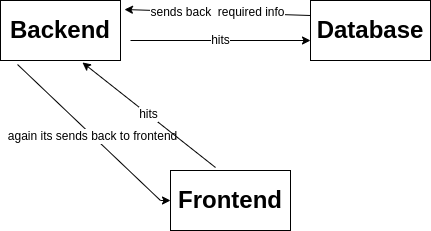
This is architecture.png from priyanka-777/social-media-application, a draw.io export, as it was before one commit. Source tidied: cells renumbered, new cells last; positions are measured from the earlier drawing's top-left corner, leaving out a move shared by most shapes.
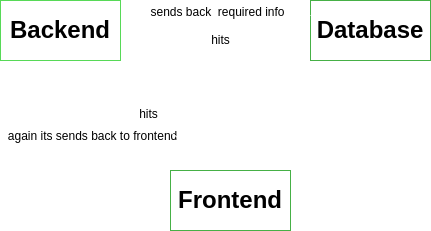
The same file after the commit.

The edit, as a diff of the source:
```diff
@@ -2,32 +2,32 @@
   <root>
     <mxCell id="0" />
     <mxCell id="1" parent="0" />
-    <mxCell id="2" value="&lt;b&gt;&lt;font style=&quot;font-size: 24px;&quot;&gt;Backend&lt;/font&gt;&lt;/b&gt;" style="rounded=0;whiteSpace=wrap;html=1;" parent="1" vertex="1">
+    <mxCell id="2" value="&lt;b&gt;&lt;font style=&quot;font-size: 24px;&quot;&gt;Backend&lt;/font&gt;&lt;/b&gt;" style="rounded=0;whiteSpace=wrap;html=1;strokeColor=#57D957;" parent="1" vertex="1">
       <mxGeometry width="120" height="60" as="geometry" />
     </mxCell>
-    <mxCell id="3" value="&lt;b&gt;Database&lt;/b&gt;" style="rounded=0;whiteSpace=wrap;html=1;fontSize=24;" parent="1" vertex="1">
+    <mxCell id="3" value="&lt;b&gt;Database&lt;/b&gt;" style="rounded=0;whiteSpace=wrap;html=1;fontSize=24;strokeColor=#46B046;" parent="1" vertex="1">
       <mxGeometry x="310" width="120" height="60" as="geometry" />
     </mxCell>
-    <mxCell id="4" value="&lt;b&gt;Frontend&lt;/b&gt;" style="rounded=0;whiteSpace=wrap;html=1;fontSize=24;" parent="1" vertex="1">
+    <mxCell id="4" value="&lt;b&gt;Frontend&lt;/b&gt;" style="rounded=0;whiteSpace=wrap;html=1;fontSize=24;strokeColor=#46B046;" parent="1" vertex="1">
       <mxGeometry x="170" y="170" width="120" height="60" as="geometry" />
     </mxCell>
-    <mxCell id="5" value="again its sends back to frontend" style="endArrow=classic;html=1;rounded=0;fontSize=12;entryX=0;entryY=0.5;entryDx=0;entryDy=0;exitX=0.142;exitY=1.067;exitDx=0;exitDy=0;exitPerimeter=0;" parent="1" edge="1" source="2" target="4">
+    <mxCell id="5" value="again its sends back to frontend" style="endArrow=classic;html=1;rounded=0;fontSize=12;entryX=0;entryY=0.5;entryDx=0;entryDy=0;exitX=0.142;exitY=1.067;exitDx=0;exitDy=0;exitPerimeter=0;strokeColor=#FFFFFF;" parent="1" edge="1" source="2" target="4">
       <mxGeometry relative="1" as="geometry">
         <Array as="points">
           <mxPoint x="160" y="200" />
         </Array>
       </mxGeometry>
     </mxCell>
-    <mxCell id="6" value="sends back&amp;nbsp; required info" style="endArrow=classic;html=1;rounded=0;fontSize=12;entryX=1.033;entryY=0.15;entryDx=0;entryDy=0;entryPerimeter=0;exitX=0;exitY=0.25;exitDx=0;exitDy=0;" parent="1" edge="1" source="3" target="2">
+    <mxCell id="6" value="sends back&amp;nbsp; required info" style="endArrow=classic;html=1;rounded=0;fontSize=12;entryX=1.033;entryY=0.15;entryDx=0;entryDy=0;entryPerimeter=0;exitX=0;exitY=0.25;exitDx=0;exitDy=0;strokeColor=#FFFFFF;" parent="1" edge="1" source="3" target="2">
       <mxGeometry relative="1" as="geometry" />
     </mxCell>
-    <mxCell id="7" value="hits" style="endArrow=classic;html=1;rounded=0;fontSize=12;" parent="1" edge="1">
+    <mxCell id="7" value="hits" style="endArrow=classic;html=1;rounded=0;fontSize=12;strokeColor=#FFFFFF;" parent="1" edge="1">
       <mxGeometry relative="1" as="geometry">
         <mxPoint x="130" y="40" as="sourcePoint" />
         <mxPoint x="310" y="40" as="targetPoint" />
       </mxGeometry>
     </mxCell>
-    <mxCell id="8" value="hits" style="endArrow=classic;html=1;rounded=0;fontSize=12;exitX=0.375;exitY=-0.05;exitDx=0;exitDy=0;exitPerimeter=0;entryX=0.683;entryY=1.033;entryDx=0;entryDy=0;entryPerimeter=0;" parent="1" edge="1" source="4" target="2">
+    <mxCell id="8" value="hits" style="endArrow=classic;html=1;rounded=0;fontSize=12;exitX=0.375;exitY=-0.05;exitDx=0;exitDy=0;exitPerimeter=0;entryX=0.683;entryY=1.033;entryDx=0;entryDy=0;entryPerimeter=0;strokeColor=#FFFFFF;" parent="1" edge="1" source="4" target="2">
       <mxGeometry relative="1" as="geometry" />
     </mxCell>
   </root>
```
